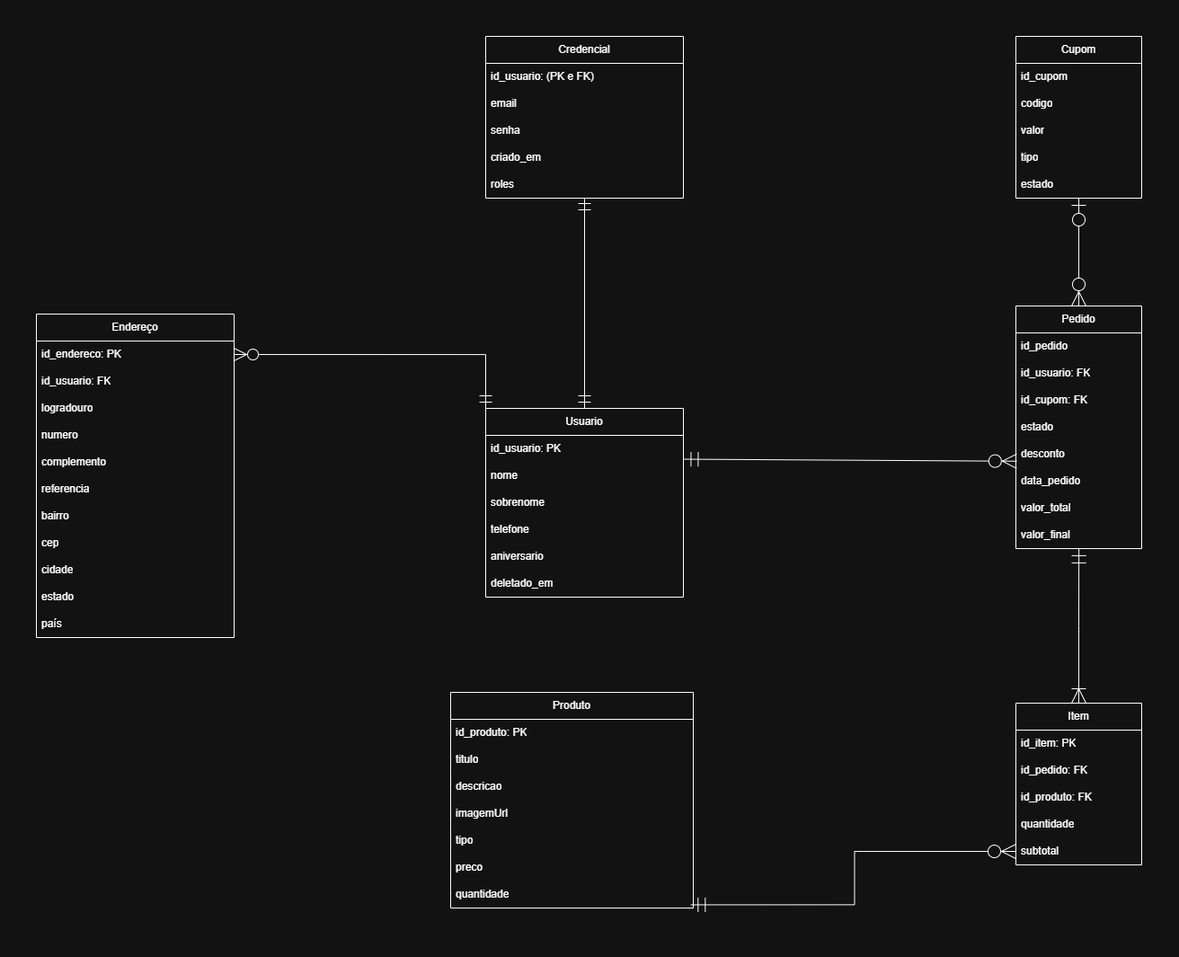
This is Modelo-Lógico.drawio.png from Graos-Prosa/Documents, a draw.io export, as it was before one commit. Source tidied: cells renumbered, new cells last; positions are measured from the earlier drawing's top-left corner, leaving out a move shared by most shapes.
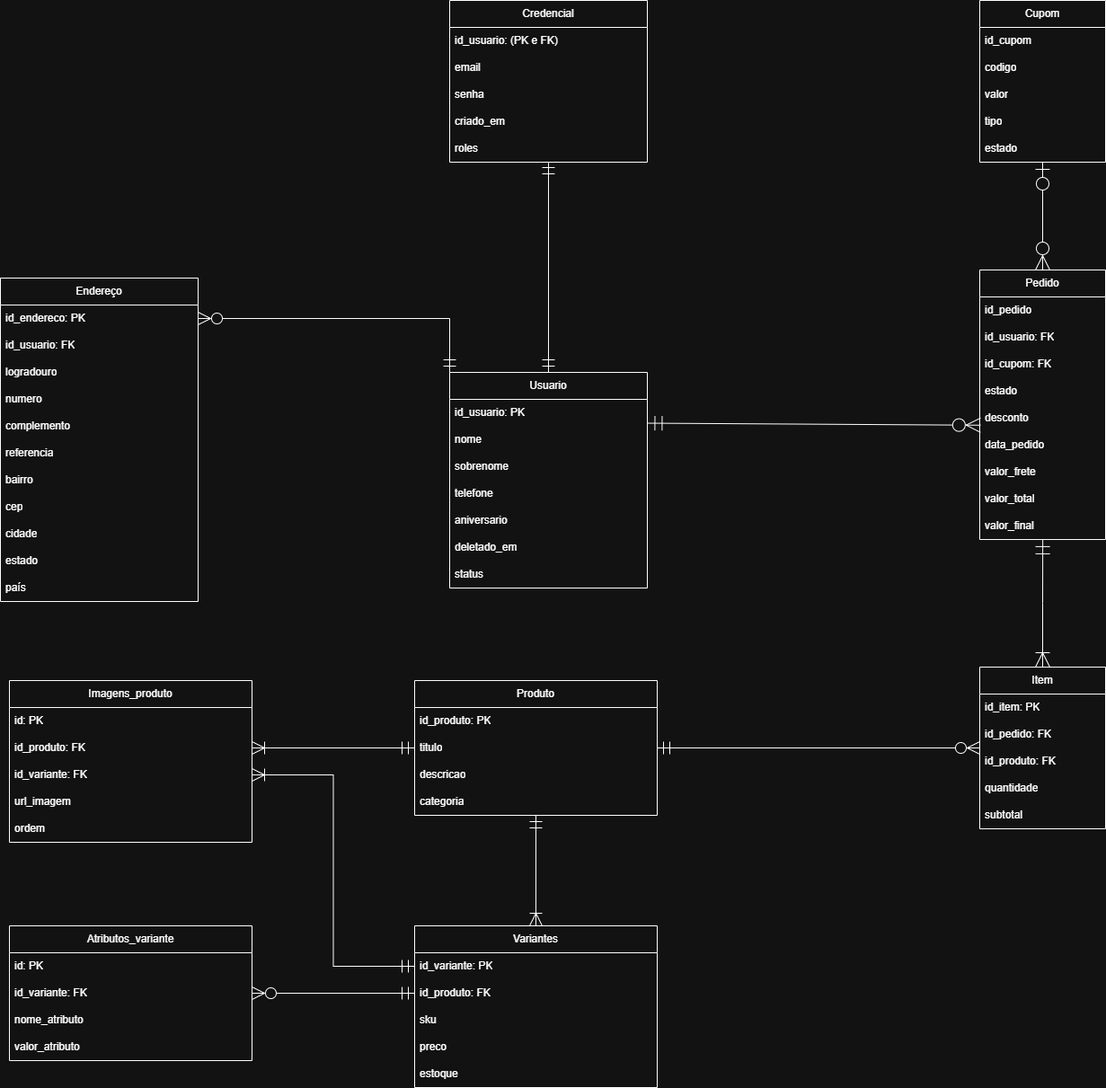
Above is the later version.

Diff of the diagram source:
```diff
@@ -3,7 +3,7 @@
     <mxCell id="0" />
     <mxCell id="1" parent="0" />
     <mxCell id="2" value="Usuario" style="swimlane;fontStyle=0;horizontal=1;startSize=30;whiteSpace=wrap;html=1;" parent="1" vertex="1">
-      <mxGeometry x="500" y="414" width="220" height="210" as="geometry" />
+      <mxGeometry x="500" y="414" width="220" height="240" as="geometry" />
     </mxCell>
     <mxCell id="3" value="id_usuario: PK" style="text;strokeColor=none;fillColor=none;align=left;verticalAlign=middle;spacingLeft=4;spacingRight=4;overflow=hidden;points=[[0,0.5],[1,0.5]];portConstraint=eastwest;whiteSpace=wrap;html=1;" parent="2" vertex="1">
       <mxGeometry y="30" width="220" height="30" as="geometry" />
@@ -23,8 +23,17 @@
     <mxCell id="8" value="deletado_em" style="text;strokeColor=none;fillColor=none;align=left;verticalAlign=middle;spacingLeft=4;spacingRight=4;overflow=hidden;whiteSpace=wrap;html=1;" parent="2" vertex="1">
       <mxGeometry y="180" width="220" height="30" as="geometry" />
     </mxCell>
+    <mxCell id="62" value="status" style="text;strokeColor=none;fillColor=none;align=left;verticalAlign=middle;spacingLeft=4;spacingRight=4;overflow=hidden;whiteSpace=wrap;html=1;" parent="2" vertex="1">
+      <mxGeometry y="210" width="220" height="30" as="geometry" />
+    </mxCell>
+    <mxCell id="63" style="edgeStyle=orthogonalEdgeStyle;rounded=0;jettySize=auto;html=1;entryX=0.5;entryY=0;entryDx=0;entryDy=0;startSize=12;endSize=12;startArrow=ERmandOne;startFill=0;endArrow=ERoneToMany;endFill=0;" parent="1" edge="1" source="9" target="68">
+      <mxGeometry relative="1" as="geometry" />
+    </mxCell>
+    <mxCell id="64" style="edgeStyle=orthogonalEdgeStyle;rounded=0;jettySize=auto;html=1;entryX=1;entryY=0.5;entryDx=0;entryDy=0;startSize=12;endSize=12;endArrow=ERoneToMany;endFill=0;startArrow=ERmandOne;startFill=0;" parent="1" edge="1" source="9" target="81">
+      <mxGeometry relative="1" as="geometry" />
+    </mxCell>
     <mxCell id="9" value="Produto" style="swimlane;fontStyle=0;horizontal=1;startSize=30;whiteSpace=wrap;html=1;" parent="1" vertex="1">
-      <mxGeometry x="461" y="730" width="270" height="240" as="geometry" />
+      <mxGeometry x="461" y="757" width="270" height="150" as="geometry" />
     </mxCell>
     <mxCell id="10" value="id_produto: PK" style="text;strokeColor=none;fillColor=none;align=left;verticalAlign=middle;spacingLeft=4;spacingRight=4;overflow=hidden;whiteSpace=wrap;html=1;" parent="9" vertex="1">
       <mxGeometry y="30" width="270" height="30" as="geometry" />
@@ -35,20 +44,11 @@
     <mxCell id="12" value="descricao" style="text;strokeColor=none;fillColor=none;align=left;verticalAlign=middle;spacingLeft=4;spacingRight=4;overflow=hidden;whiteSpace=wrap;html=1;" parent="9" vertex="1">
       <mxGeometry y="90" width="270" height="30" as="geometry" />
     </mxCell>
-    <mxCell id="13" value="imagemUrl" style="text;strokeColor=none;fillColor=none;align=left;verticalAlign=middle;spacingLeft=4;spacingRight=4;overflow=hidden;whiteSpace=wrap;html=1;" parent="9" vertex="1">
-      <mxGeometry y="120" width="270" height="30" as="geometry" />
-    </mxCell>
-    <mxCell id="14" value="tipo" style="text;strokeColor=none;fillColor=none;align=left;verticalAlign=middle;spacingLeft=4;spacingRight=4;overflow=hidden;whiteSpace=wrap;html=1;" parent="9" vertex="1">
-      <mxGeometry y="150" width="270" height="30" as="geometry" />
-    </mxCell>
-    <mxCell id="15" value="preco" style="text;strokeColor=none;fillColor=none;align=left;verticalAlign=middle;spacingLeft=4;spacingRight=4;overflow=hidden;whiteSpace=wrap;html=1;" parent="9" vertex="1">
-      <mxGeometry y="180" width="270" height="30" as="geometry" />
-    </mxCell>
-    <mxCell id="16" value="quantidade" style="text;strokeColor=none;fillColor=none;align=left;verticalAlign=middle;spacingLeft=4;spacingRight=4;overflow=hidden;points=[[0,0.5],[1,0.5]];portConstraint=eastwest;whiteSpace=wrap;html=1;" parent="9" vertex="1">
-      <mxGeometry y="210" width="270" height="30" as="geometry" />
-    </mxCell>
+    <mxCell id="65" value="categoria" style="text;strokeColor=none;fillColor=none;align=left;verticalAlign=middle;spacingLeft=4;spacingRight=4;overflow=hidden;whiteSpace=wrap;html=1;" parent="9" vertex="1">
+      <mxGeometry y="120" width="270" height="30" as="geometry" />
+    </mxCell>
     <mxCell id="17" value="Pedido" style="swimlane;fontStyle=0;horizontal=1;startSize=30;whiteSpace=wrap;html=1;" parent="1" vertex="1">
-      <mxGeometry x="1090" y="300" width="140" height="270" as="geometry" />
+      <mxGeometry x="1090" y="300" width="140" height="300" as="geometry" />
     </mxCell>
     <mxCell id="18" value="id_pedido" style="text;strokeColor=none;fillColor=none;align=left;verticalAlign=middle;spacingLeft=4;spacingRight=4;overflow=hidden;whiteSpace=wrap;html=1;" parent="17" vertex="1">
       <mxGeometry y="30" width="140" height="30" as="geometry" />
@@ -68,11 +68,14 @@
     <mxCell id="23" value="data_pedido" style="text;strokeColor=none;fillColor=none;align=left;verticalAlign=middle;spacingLeft=4;spacingRight=4;overflow=hidden;whiteSpace=wrap;html=1;" parent="17" vertex="1">
       <mxGeometry y="180" width="140" height="30" as="geometry" />
     </mxCell>
-    <mxCell id="24" value="valor_total" style="text;strokeColor=none;fillColor=none;align=left;verticalAlign=middle;spacingLeft=4;spacingRight=4;overflow=hidden;whiteSpace=wrap;html=1;" parent="17" vertex="1">
+    <mxCell id="24" value="valor_frete" style="text;strokeColor=none;fillColor=none;align=left;verticalAlign=middle;spacingLeft=4;spacingRight=4;overflow=hidden;whiteSpace=wrap;html=1;" parent="17" vertex="1">
       <mxGeometry y="210" width="140" height="30" as="geometry" />
     </mxCell>
+    <mxCell id="66" value="valor_total" style="text;strokeColor=none;fillColor=none;align=left;verticalAlign=middle;spacingLeft=4;spacingRight=4;overflow=hidden;whiteSpace=wrap;html=1;" parent="17" vertex="1">
+      <mxGeometry y="240" width="140" height="30" as="geometry" />
+    </mxCell>
     <mxCell id="25" value="valor_final" style="text;strokeColor=none;fillColor=none;align=left;verticalAlign=middle;spacingLeft=4;spacingRight=4;overflow=hidden;points=[[0,0.5],[1,0.5]];portConstraint=eastwest;whiteSpace=wrap;html=1;" parent="17" vertex="1">
-      <mxGeometry y="240" width="140" height="30" as="geometry" />
+      <mxGeometry y="270" width="140" height="30" as="geometry" />
     </mxCell>
     <mxCell id="26" style="edgeStyle=orthogonalEdgeStyle;rounded=0;jettySize=auto;html=1;endSize=14;startSize=14;endArrow=ERzeroToMany;endFill=0;startArrow=ERzeroToOne;startFill=0;" parent="1" edge="1" source="27" target="17">
       <mxGeometry relative="1" as="geometry" />
@@ -98,6 +101,9 @@
     <mxCell id="33" style="endArrow=ERzeroToMany;html=1;rounded=0;exitX=1.002;exitY=0.884;exitDx=0;exitDy=0;entryX=0.006;entryY=0.759;entryDx=0;entryDy=0;startArrow=ERmandOne;startFill=0;endFill=0;strokeWidth=1;endSize=14;startSize=14;entryPerimeter=0;exitPerimeter=0;" parent="1" edge="1" source="3" target="22">
       <mxGeometry relative="1" as="geometry" />
     </mxCell>
+    <mxCell id="67" style="edgeStyle=orthogonalEdgeStyle;rounded=0;jettySize=auto;html=1;entryX=1;entryY=0.5;entryDx=0;entryDy=0;startSize=12;endSize=12;endArrow=ERmandOne;endFill=0;startArrow=ERzeroToMany;startFill=0;" parent="1" edge="1" source="34" target="11">
+      <mxGeometry relative="1" as="geometry" />
+    </mxCell>
     <mxCell id="34" value="Item" style="swimlane;fontStyle=0;horizontal=1;startSize=30;whiteSpace=wrap;html=1;" parent="1" vertex="1">
       <mxGeometry x="1090" y="742" width="140" height="180" as="geometry" />
     </mxCell>
@@ -116,9 +122,6 @@
     <mxCell id="39" value="&lt;div&gt;subtotal&lt;/div&gt;" style="text;strokeColor=none;fillColor=none;align=left;verticalAlign=middle;spacingLeft=4;spacingRight=4;overflow=hidden;points=[[0,0.5],[1,0.5]];portConstraint=eastwest;whiteSpace=wrap;html=1;" parent="34" vertex="1">
       <mxGeometry y="150" width="140" height="30" as="geometry" />
     </mxCell>
-    <mxCell id="40" style="edgeStyle=orthogonalEdgeStyle;rounded=0;jettySize=auto;html=1;entryX=0.99;entryY=0.881;entryDx=0;entryDy=0;endSize=14;startSize=14;startArrow=ERzeroToMany;startFill=0;endArrow=ERmandOne;endFill=0;entryPerimeter=0;" parent="1" edge="1" source="39" target="16">
-      <mxGeometry relative="1" as="geometry" />
-    </mxCell>
     <mxCell id="41" style="edgeStyle=orthogonalEdgeStyle;rounded=0;jettySize=auto;html=1;endSize=14;startSize=14;startArrow=ERoneToMany;startFill=0;endArrow=ERmandOne;endFill=0;entryX=0.501;entryY=0.997;entryDx=0;entryDy=0;entryPerimeter=0;" parent="1" edge="1" source="34" target="25">
       <mxGeometry relative="1" as="geometry" />
     </mxCell>
@@ -187,5 +190,62 @@
     <mxCell id="61" style="edgeStyle=orthogonalEdgeStyle;rounded=0;jettySize=auto;html=1;exitX=1;exitY=0.5;exitDx=0;exitDy=0;entryX=0;entryY=0;entryDx=0;entryDy=0;endSize=12;startSize=12;endArrow=ERmandOne;endFill=0;startArrow=ERzeroToMany;startFill=0;" parent="1" edge="1" source="50" target="2">
       <mxGeometry relative="1" as="geometry" />
     </mxCell>
+    <mxCell id="68" value="Variantes" style="swimlane;fontStyle=0;horizontal=1;startSize=30;whiteSpace=wrap;html=1;" parent="1" vertex="1">
+      <mxGeometry x="461" y="1030" width="270" height="180" as="geometry" />
+    </mxCell>
+    <mxCell id="69" value="id_variante: PK" style="text;strokeColor=none;fillColor=none;align=left;verticalAlign=middle;spacingLeft=4;spacingRight=4;overflow=hidden;points=[[0,0.5],[1,0.5]];portConstraint=eastwest;whiteSpace=wrap;html=1;" parent="68" vertex="1">
+      <mxGeometry y="30" width="270" height="30" as="geometry" />
+    </mxCell>
+    <mxCell id="70" value="id_produto: FK" style="text;strokeColor=none;fillColor=none;align=left;verticalAlign=middle;spacingLeft=4;spacingRight=4;overflow=hidden;points=[[0,0.5],[1,0.5]];portConstraint=eastwest;whiteSpace=wrap;html=1;" parent="68" vertex="1">
+      <mxGeometry y="60" width="270" height="30" as="geometry" />
+    </mxCell>
+    <mxCell id="71" value="sku" style="text;strokeColor=none;fillColor=none;align=left;verticalAlign=middle;spacingLeft=4;spacingRight=4;overflow=hidden;whiteSpace=wrap;html=1;" parent="68" vertex="1">
+      <mxGeometry y="90" width="270" height="30" as="geometry" />
+    </mxCell>
+    <mxCell id="15" value="preco" style="text;strokeColor=none;fillColor=none;align=left;verticalAlign=middle;spacingLeft=4;spacingRight=4;overflow=hidden;whiteSpace=wrap;html=1;" parent="68" vertex="1">
+      <mxGeometry y="120" width="270" height="30" as="geometry" />
+    </mxCell>
+    <mxCell id="72" value="estoque" style="text;strokeColor=none;fillColor=none;align=left;verticalAlign=middle;spacingLeft=4;spacingRight=4;overflow=hidden;whiteSpace=wrap;html=1;" parent="68" vertex="1">
+      <mxGeometry y="150" width="270" height="30" as="geometry" />
+    </mxCell>
+    <mxCell id="73" style="edgeStyle=orthogonalEdgeStyle;rounded=0;jettySize=auto;html=1;entryX=0;entryY=0.5;entryDx=0;entryDy=0;startSize=12;endSize=12;startArrow=ERzeroToMany;startFill=0;endArrow=ERmandOne;endFill=0;" parent="1" edge="1" source="74" target="70">
+      <mxGeometry relative="1" as="geometry" />
+    </mxCell>
+    <mxCell id="74" value="Atributos_variante" style="swimlane;fontStyle=0;horizontal=1;startSize=30;whiteSpace=wrap;html=1;" parent="1" vertex="1">
+      <mxGeometry x="10" y="1030" width="270" height="150" as="geometry" />
+    </mxCell>
+    <mxCell id="75" value="id: PK" style="text;strokeColor=none;fillColor=none;align=left;verticalAlign=middle;spacingLeft=4;spacingRight=4;overflow=hidden;whiteSpace=wrap;html=1;" parent="74" vertex="1">
+      <mxGeometry y="30" width="270" height="30" as="geometry" />
+    </mxCell>
+    <mxCell id="76" value="id_variante: FK" style="text;strokeColor=none;fillColor=none;align=left;verticalAlign=middle;spacingLeft=4;spacingRight=4;overflow=hidden;whiteSpace=wrap;html=1;" parent="74" vertex="1">
+      <mxGeometry y="60" width="270" height="30" as="geometry" />
+    </mxCell>
+    <mxCell id="77" value="nome_atributo" style="text;strokeColor=none;fillColor=none;align=left;verticalAlign=middle;spacingLeft=4;spacingRight=4;overflow=hidden;whiteSpace=wrap;html=1;" parent="74" vertex="1">
+      <mxGeometry y="90" width="270" height="30" as="geometry" />
+    </mxCell>
+    <mxCell id="78" value="valor_atributo" style="text;strokeColor=none;fillColor=none;align=left;verticalAlign=middle;spacingLeft=4;spacingRight=4;overflow=hidden;whiteSpace=wrap;html=1;" parent="74" vertex="1">
+      <mxGeometry y="120" width="270" height="30" as="geometry" />
+    </mxCell>
+    <mxCell id="79" value="Imagens_produto" style="swimlane;fontStyle=0;horizontal=1;startSize=30;whiteSpace=wrap;html=1;" parent="1" vertex="1">
+      <mxGeometry x="10" y="757" width="270" height="180" as="geometry" />
+    </mxCell>
+    <mxCell id="80" value="id: PK" style="text;strokeColor=none;fillColor=none;align=left;verticalAlign=middle;spacingLeft=4;spacingRight=4;overflow=hidden;whiteSpace=wrap;html=1;" parent="79" vertex="1">
+      <mxGeometry y="30" width="270" height="30" as="geometry" />
+    </mxCell>
+    <mxCell id="81" value="id_produto: FK" style="text;strokeColor=none;fillColor=none;align=left;verticalAlign=middle;spacingLeft=4;spacingRight=4;overflow=hidden;points=[[0,0.5],[1,0.5]];portConstraint=eastwest;whiteSpace=wrap;html=1;" parent="79" vertex="1">
+      <mxGeometry y="60" width="270" height="30" as="geometry" />
+    </mxCell>
+    <mxCell id="82" value="id_variante: FK" style="text;strokeColor=none;fillColor=none;align=left;verticalAlign=middle;spacingLeft=4;spacingRight=4;overflow=hidden;points=[[0,0.5],[1,0.5]];portConstraint=eastwest;whiteSpace=wrap;html=1;" parent="79" vertex="1">
+      <mxGeometry y="90" width="270" height="30" as="geometry" />
+    </mxCell>
+    <mxCell id="83" value="url_imagem" style="text;strokeColor=none;fillColor=none;align=left;verticalAlign=middle;spacingLeft=4;spacingRight=4;overflow=hidden;whiteSpace=wrap;html=1;" parent="79" vertex="1">
+      <mxGeometry y="120" width="270" height="30" as="geometry" />
+    </mxCell>
+    <mxCell id="84" value="ordem" style="text;strokeColor=none;fillColor=none;align=left;verticalAlign=middle;spacingLeft=4;spacingRight=4;overflow=hidden;whiteSpace=wrap;html=1;" parent="79" vertex="1">
+      <mxGeometry y="150" width="270" height="30" as="geometry" />
+    </mxCell>
+    <mxCell id="85" style="edgeStyle=orthogonalEdgeStyle;rounded=0;jettySize=auto;html=1;entryX=0;entryY=0.5;entryDx=0;entryDy=0;startSize=12;endSize=12;startArrow=ERoneToMany;startFill=0;endArrow=ERmandOne;endFill=0;" parent="1" edge="1" source="82" target="69">
+      <mxGeometry relative="1" as="geometry" />
+    </mxCell>
   </root>
 </mxGraphModel>
```
